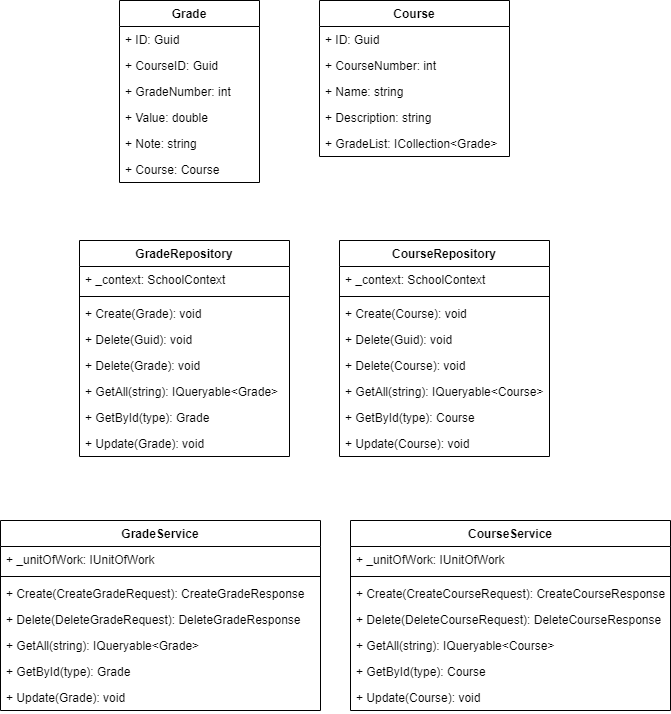
Earlier version of the draw.io export uml.png (PeterEducation/Education-Manager-2.0). Source tidied: cells renumbered, new cells last; positions are measured from the earlier drawing's top-left corner, leaving out a move shared by most shapes.
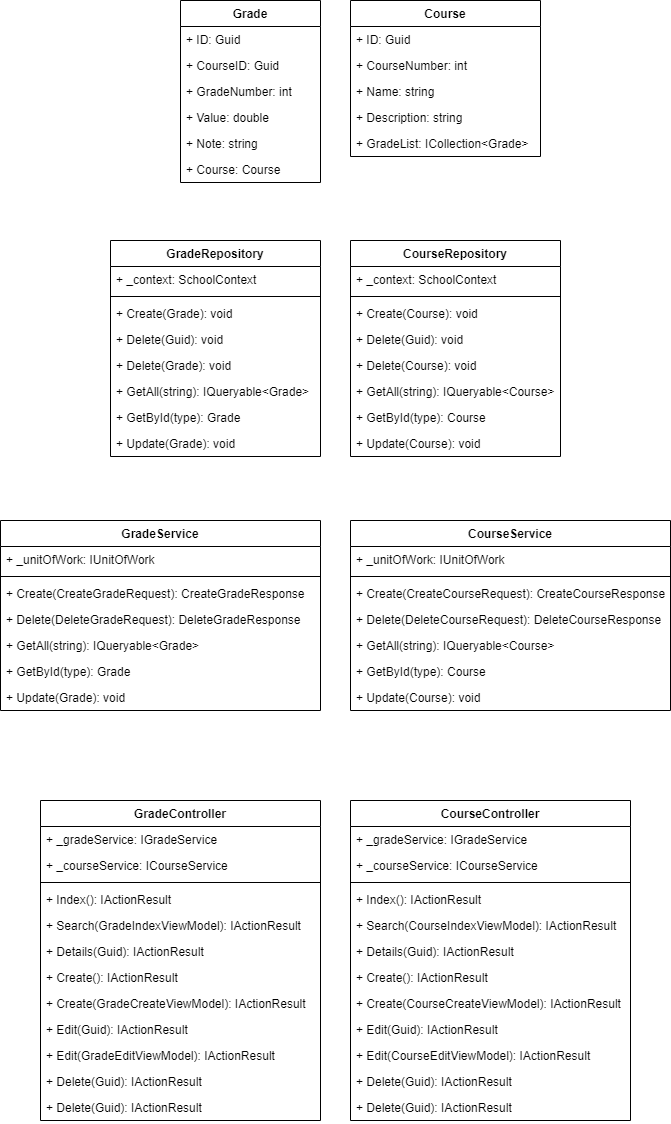
The same diagram one commit later.

The edit, as a diff of the source:
```diff
@@ -3,7 +3,7 @@
     <mxCell id="0" />
     <mxCell id="1" parent="0" />
     <mxCell id="2" value="Course" style="swimlane;fontStyle=1;horizontal=1;startSize=26;fillColor=none;" parent="1" vertex="1">
-      <mxGeometry x="319" width="190" height="156" as="geometry" />
+      <mxGeometry x="329" width="190" height="156" as="geometry" />
     </mxCell>
     <mxCell id="3" value="+ ID: Guid" style="text;strokeColor=none;fillColor=none;align=left;verticalAlign=top;spacingLeft=4;spacingRight=4;overflow=hidden;" parent="2" vertex="1">
       <mxGeometry y="26" width="190" height="26" as="geometry" />
@@ -21,7 +21,7 @@
       <mxGeometry y="130" width="190" height="26" as="geometry" />
     </mxCell>
     <mxCell id="8" value="Grade" style="swimlane;fontStyle=1;horizontal=1;startSize=26;fillColor=none;" parent="1" vertex="1">
-      <mxGeometry x="119" width="140" height="182" as="geometry" />
+      <mxGeometry x="159" width="140" height="182" as="geometry" />
     </mxCell>
     <mxCell id="9" value="+ ID: Guid" style="text;strokeColor=none;fillColor=none;align=left;verticalAlign=top;spacingLeft=4;spacingRight=4;overflow=hidden;" parent="8" vertex="1">
       <mxGeometry y="26" width="140" height="26" as="geometry" />
@@ -42,7 +42,7 @@
       <mxGeometry y="156" width="140" height="26" as="geometry" />
     </mxCell>
     <mxCell id="15" value="CourseRepository" style="swimlane;fontStyle=1;align=center;verticalAlign=top;horizontal=1;startSize=26;" parent="1" vertex="1">
-      <mxGeometry x="339" y="240" width="210" height="216" as="geometry" />
+      <mxGeometry x="329" y="240" width="210" height="216" as="geometry" />
     </mxCell>
     <mxCell id="16" value="+ _context: SchoolContext" style="text;strokeColor=none;fillColor=none;align=left;verticalAlign=top;spacingLeft=4;spacingRight=4;overflow=hidden;" parent="15" vertex="1">
       <mxGeometry y="26" width="210" height="26" as="geometry" />
@@ -69,7 +69,7 @@
       <mxGeometry y="190" width="210" height="26" as="geometry" />
     </mxCell>
     <mxCell id="24" value="GradeRepository" style="swimlane;fontStyle=1;align=center;verticalAlign=top;horizontal=1;startSize=26;" parent="1" vertex="1">
-      <mxGeometry x="79" y="240" width="210" height="216" as="geometry" />
+      <mxGeometry x="89" y="240" width="210" height="216" as="geometry" />
     </mxCell>
     <mxCell id="25" value="+ _context: SchoolContext" style="text;strokeColor=none;fillColor=none;align=left;verticalAlign=top;spacingLeft=4;spacingRight=4;overflow=hidden;" parent="24" vertex="1">
       <mxGeometry y="26" width="210" height="26" as="geometry" />
@@ -96,7 +96,7 @@
       <mxGeometry y="190" width="210" height="26" as="geometry" />
     </mxCell>
     <mxCell id="33" value="GradeService" style="swimlane;fontStyle=1;align=center;verticalAlign=top;horizontal=1;startSize=26;" parent="1" vertex="1">
-      <mxGeometry y="520" width="320" height="190" as="geometry" />
+      <mxGeometry x="-21" y="520" width="320" height="190" as="geometry" />
     </mxCell>
     <mxCell id="34" value="+ _unitOfWork: IUnitOfWork" style="text;strokeColor=none;fillColor=none;align=left;verticalAlign=top;spacingLeft=4;spacingRight=4;overflow=hidden;" parent="33" vertex="1">
       <mxGeometry y="26" width="320" height="26" as="geometry" />
@@ -120,7 +120,7 @@
       <mxGeometry y="164" width="320" height="26" as="geometry" />
     </mxCell>
     <mxCell id="41" value="CourseService" style="swimlane;fontStyle=1;align=center;verticalAlign=top;horizontal=1;startSize=26;" parent="1" vertex="1">
-      <mxGeometry x="350" y="520" width="320" height="190" as="geometry" />
+      <mxGeometry x="329" y="520" width="320" height="190" as="geometry" />
     </mxCell>
     <mxCell id="42" value="+ _unitOfWork: IUnitOfWork" style="text;strokeColor=none;fillColor=none;align=left;verticalAlign=top;spacingLeft=4;spacingRight=4;overflow=hidden;" parent="41" vertex="1">
       <mxGeometry y="26" width="320" height="26" as="geometry" />
@@ -143,5 +143,83 @@
     <mxCell id="48" value="+ Update(Course): void" style="text;strokeColor=none;fillColor=none;align=left;verticalAlign=top;spacingLeft=4;spacingRight=4;overflow=hidden;" parent="41" vertex="1">
       <mxGeometry y="164" width="320" height="26" as="geometry" />
     </mxCell>
+    <mxCell id="49" value="GradeController" style="swimlane;fontStyle=1;align=center;verticalAlign=top;horizontal=1;startSize=26;" parent="1" vertex="1">
+      <mxGeometry x="19" y="800" width="280" height="320" as="geometry" />
+    </mxCell>
+    <mxCell id="50" value="+ _gradeService: IGradeService" style="text;strokeColor=none;fillColor=none;align=left;verticalAlign=top;spacingLeft=4;spacingRight=4;overflow=hidden;" parent="49" vertex="1">
+      <mxGeometry y="26" width="280" height="26" as="geometry" />
+    </mxCell>
+    <mxCell id="51" value="+ _courseService: ICourseService" style="text;strokeColor=none;fillColor=none;align=left;verticalAlign=top;spacingLeft=4;spacingRight=4;overflow=hidden;" parent="49" vertex="1">
+      <mxGeometry y="52" width="280" height="26" as="geometry" />
+    </mxCell>
+    <mxCell id="52" style="line;strokeWidth=1;fillColor=none;align=left;verticalAlign=middle;spacingTop=-1;spacingLeft=3;spacingRight=3;labelPosition=right;" parent="49" vertex="1">
+      <mxGeometry y="78" width="280" height="8" as="geometry" />
+    </mxCell>
+    <mxCell id="53" value="+ Index(): IActionResult" style="text;strokeColor=none;fillColor=none;align=left;verticalAlign=top;spacingLeft=4;spacingRight=4;overflow=hidden;" parent="49" vertex="1">
+      <mxGeometry y="86" width="280" height="26" as="geometry" />
+    </mxCell>
+    <mxCell id="54" value="+ Search(GradeIndexViewModel): IActionResult" style="text;strokeColor=none;fillColor=none;align=left;verticalAlign=top;spacingLeft=4;spacingRight=4;overflow=hidden;" parent="49" vertex="1">
+      <mxGeometry y="112" width="280" height="26" as="geometry" />
+    </mxCell>
+    <mxCell id="55" value="+ Details(Guid): IActionResult" style="text;strokeColor=none;fillColor=none;align=left;verticalAlign=top;spacingLeft=4;spacingRight=4;overflow=hidden;" parent="49" vertex="1">
+      <mxGeometry y="138" width="280" height="26" as="geometry" />
+    </mxCell>
+    <mxCell id="56" value="+ Create(): IActionResult" style="text;strokeColor=none;fillColor=none;align=left;verticalAlign=top;spacingLeft=4;spacingRight=4;overflow=hidden;" parent="49" vertex="1">
+      <mxGeometry y="164" width="280" height="26" as="geometry" />
+    </mxCell>
+    <mxCell id="57" value="+ Create(GradeCreateViewModel): IActionResult" style="text;strokeColor=none;fillColor=none;align=left;verticalAlign=top;spacingLeft=4;spacingRight=4;overflow=hidden;" parent="49" vertex="1">
+      <mxGeometry y="190" width="280" height="26" as="geometry" />
+    </mxCell>
+    <mxCell id="58" value="+ Edit(Guid): IActionResult" style="text;strokeColor=none;fillColor=none;align=left;verticalAlign=top;spacingLeft=4;spacingRight=4;overflow=hidden;" parent="49" vertex="1">
+      <mxGeometry y="216" width="280" height="26" as="geometry" />
+    </mxCell>
+    <mxCell id="59" value="+ Edit(GradeEditViewModel): IActionResult" style="text;strokeColor=none;fillColor=none;align=left;verticalAlign=top;spacingLeft=4;spacingRight=4;overflow=hidden;" parent="49" vertex="1">
+      <mxGeometry y="242" width="280" height="26" as="geometry" />
+    </mxCell>
+    <mxCell id="60" value="+ Delete(Guid): IActionResult" style="text;strokeColor=none;fillColor=none;align=left;verticalAlign=top;spacingLeft=4;spacingRight=4;overflow=hidden;" parent="49" vertex="1">
+      <mxGeometry y="268" width="280" height="26" as="geometry" />
+    </mxCell>
+    <mxCell id="61" value="+ Delete(Guid): IActionResult" style="text;strokeColor=none;fillColor=none;align=left;verticalAlign=top;spacingLeft=4;spacingRight=4;overflow=hidden;" parent="49" vertex="1">
+      <mxGeometry y="294" width="280" height="26" as="geometry" />
+    </mxCell>
+    <mxCell id="62" value="CourseController" style="swimlane;fontStyle=1;align=center;verticalAlign=top;horizontal=1;startSize=26;" parent="1" vertex="1">
+      <mxGeometry x="329" y="800" width="280" height="320" as="geometry" />
+    </mxCell>
+    <mxCell id="63" value="+ _gradeService: IGradeService" style="text;strokeColor=none;fillColor=none;align=left;verticalAlign=top;spacingLeft=4;spacingRight=4;overflow=hidden;" parent="62" vertex="1">
+      <mxGeometry y="26" width="280" height="26" as="geometry" />
+    </mxCell>
+    <mxCell id="64" value="+ _courseService: ICourseService" style="text;strokeColor=none;fillColor=none;align=left;verticalAlign=top;spacingLeft=4;spacingRight=4;overflow=hidden;" parent="62" vertex="1">
+      <mxGeometry y="52" width="280" height="26" as="geometry" />
+    </mxCell>
+    <mxCell id="65" style="line;strokeWidth=1;fillColor=none;align=left;verticalAlign=middle;spacingTop=-1;spacingLeft=3;spacingRight=3;labelPosition=right;" parent="62" vertex="1">
+      <mxGeometry y="78" width="280" height="8" as="geometry" />
+    </mxCell>
+    <mxCell id="66" value="+ Index(): IActionResult" style="text;strokeColor=none;fillColor=none;align=left;verticalAlign=top;spacingLeft=4;spacingRight=4;overflow=hidden;" parent="62" vertex="1">
+      <mxGeometry y="86" width="280" height="26" as="geometry" />
+    </mxCell>
+    <mxCell id="67" value="+ Search(CourseIndexViewModel): IActionResult" style="text;strokeColor=none;fillColor=none;align=left;verticalAlign=top;spacingLeft=4;spacingRight=4;overflow=hidden;" parent="62" vertex="1">
+      <mxGeometry y="112" width="280" height="26" as="geometry" />
+    </mxCell>
+    <mxCell id="68" value="+ Details(Guid): IActionResult" style="text;strokeColor=none;fillColor=none;align=left;verticalAlign=top;spacingLeft=4;spacingRight=4;overflow=hidden;" parent="62" vertex="1">
+      <mxGeometry y="138" width="280" height="26" as="geometry" />
+    </mxCell>
+    <mxCell id="69" value="+ Create(): IActionResult" style="text;strokeColor=none;fillColor=none;align=left;verticalAlign=top;spacingLeft=4;spacingRight=4;overflow=hidden;" parent="62" vertex="1">
+      <mxGeometry y="164" width="280" height="26" as="geometry" />
+    </mxCell>
+    <mxCell id="70" value="+ Create(CourseCreateViewModel): IActionResult" style="text;strokeColor=none;fillColor=none;align=left;verticalAlign=top;spacingLeft=4;spacingRight=4;overflow=hidden;" parent="62" vertex="1">
+      <mxGeometry y="190" width="280" height="26" as="geometry" />
+    </mxCell>
+    <mxCell id="71" value="+ Edit(Guid): IActionResult" style="text;strokeColor=none;fillColor=none;align=left;verticalAlign=top;spacingLeft=4;spacingRight=4;overflow=hidden;" parent="62" vertex="1">
+      <mxGeometry y="216" width="280" height="26" as="geometry" />
+    </mxCell>
+    <mxCell id="72" value="+ Edit(CourseEditViewModel): IActionResult" style="text;strokeColor=none;fillColor=none;align=left;verticalAlign=top;spacingLeft=4;spacingRight=4;overflow=hidden;" parent="62" vertex="1">
+      <mxGeometry y="242" width="280" height="26" as="geometry" />
+    </mxCell>
+    <mxCell id="73" value="+ Delete(Guid): IActionResult" style="text;strokeColor=none;fillColor=none;align=left;verticalAlign=top;spacingLeft=4;spacingRight=4;overflow=hidden;" parent="62" vertex="1">
+      <mxGeometry y="268" width="280" height="26" as="geometry" />
+    </mxCell>
+    <mxCell id="74" value="+ Delete(Guid): IActionResult" style="text;strokeColor=none;fillColor=none;align=left;verticalAlign=top;spacingLeft=4;spacingRight=4;overflow=hidden;" parent="62" vertex="1">
+      <mxGeometry y="294" width="280" height="26" as="geometry" />
+    </mxCell>
   </root>
 </mxGraphModel>
```
